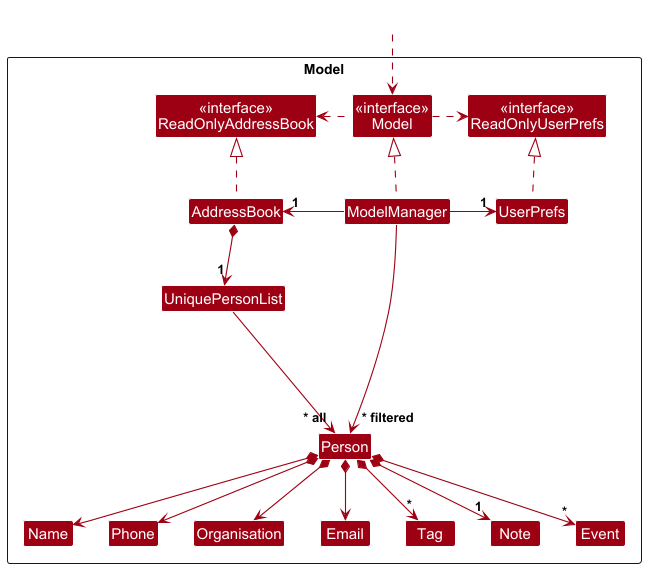
Eric9010/tp keeps this PlantUML diagram as docs/images/ModelClassDiagram.png. Above is the earlier version. The source it was exported from:
```plantuml
@startuml
!include style.puml
skinparam arrowThickness 1.1
skinparam arrowColor MODEL_COLOR
skinparam classBackgroundColor MODEL_COLOR

Package Model as ModelPackage <<Rectangle>>{
Class "<<interface>>\nReadOnlyAddressBook" as ReadOnlyAddressBook
Class "<<interface>>\nReadOnlyUserPrefs" as ReadOnlyUserPrefs
Class "<<interface>>\nModel" as Model
Class AddressBook
Class ModelManager
Class UserPrefs

Class UniquePersonList
Class Person {
  - name: Name
  - phone: Phone
  - email: Email
  - organisation: Organisation
  - note: Note
  - tags: Set<Tag>
  - events: Set<Event>
  - pinTimestamp: Long
}
Class Organisation
Class Email
Class Name
Class Phone
Class Tag
Class Note
Class Event

Class I #FFFFFF
}

Class HiddenOutside #FFFFFF
HiddenOutside ..> Model

AddressBook .up.|> ReadOnlyAddressBook

ModelManager .up.|> Model
Model .right.> ReadOnlyUserPrefs
Model .left.> ReadOnlyAddressBook
ModelManager -left-> "1" AddressBook
ModelManager -right-> "1" UserPrefs
UserPrefs .up.|> ReadOnlyUserPrefs

AddressBook *--> "1" UniquePersonList
UniquePersonList --> "~* all" Person
Person *--> Name
Person *--> Phone
Person *--> Email
Person *--> Organisation
Person *--> "*" Tag
Person *--> "1" Note
Person *--> "*" Event

Person -[hidden]up--> I
UniquePersonList -[hidden]right-> I

Name -[hidden]right-> Phone
Phone -[hidden]right-> Organisation
Organisation -[hidden]right-> Email
Email -[hidden]right-> Tag
Tag -[hidden]right-> Note
Note -[hidden]right-> Event

ModelManager --> "~* filtered" Person
@enduml
```
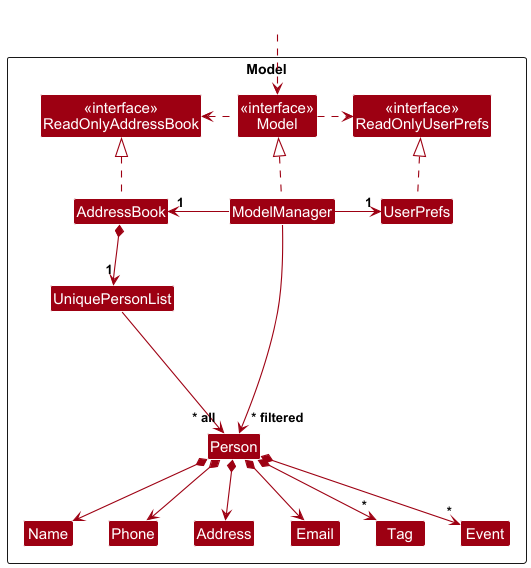
The same diagram one commit later.

Commit message:
Fix diagram conflict

What changed in the source:
```diff
@@ -13,22 +13,12 @@
 Class UserPrefs
 
 Class UniquePersonList
-Class Person {
-  - name: Name
-  - phone: Phone
-  - email: Email
-  - organisation: Organisation
-  - note: Note
-  - tags: Set<Tag>
-  - events: Set<Event>
-  - pinTimestamp: Long
-}
-Class Organisation
+Class Person
+Class Address
 Class Email
 Class Name
 Class Phone
 Class Tag
-Class Note
 Class Event
 
 Class I #FFFFFF
@@ -51,20 +41,16 @@
 Person *--> Name
 Person *--> Phone
 Person *--> Email
-Person *--> Organisation
+Person *--> Address
 Person *--> "*" Tag
-Person *--> "1" Note
 Person *--> "*" Event
 
 Person -[hidden]up--> I
 UniquePersonList -[hidden]right-> I
 
 Name -[hidden]right-> Phone
-Phone -[hidden]right-> Organisation
-Organisation -[hidden]right-> Email
-Email -[hidden]right-> Tag
-Tag -[hidden]right-> Note
-Note -[hidden]right-> Event
+Phone -[hidden]right-> Address
+Address -[hidden]right-> Email
 
 ModelManager --> "~* filtered" Person
 @enduml
```
